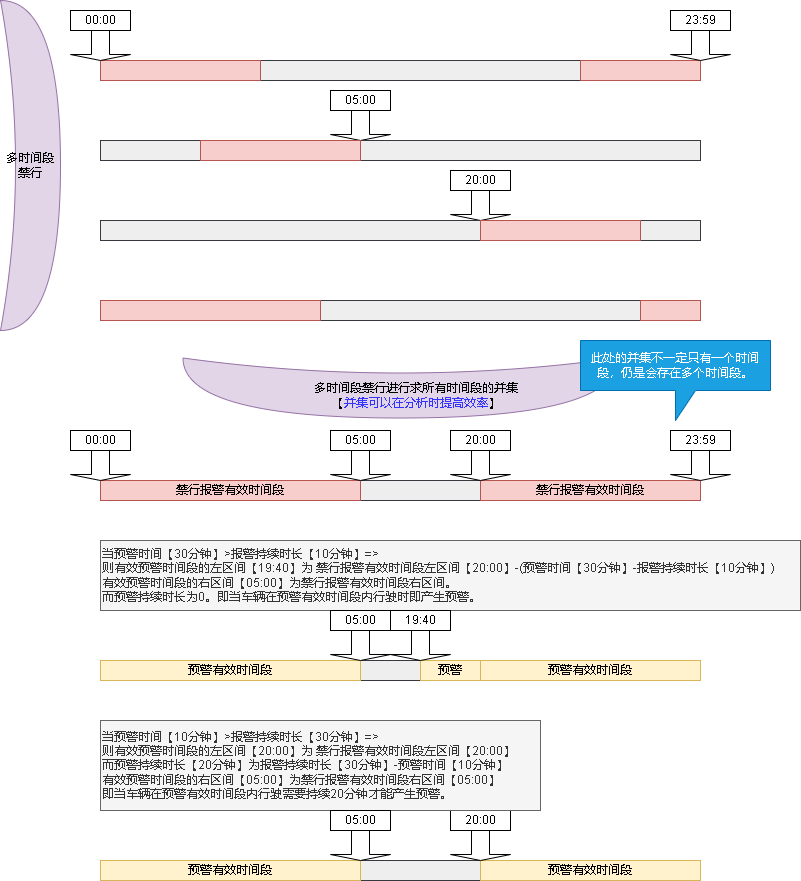
xktder/draw keeps this draw.io diagram as 禁行.drawio.png. Above is the earlier version. Source tidied: cells renumbered, new cells last; positions are measured from the earlier drawing's top-left corner, leaving out a move shared by most shapes.
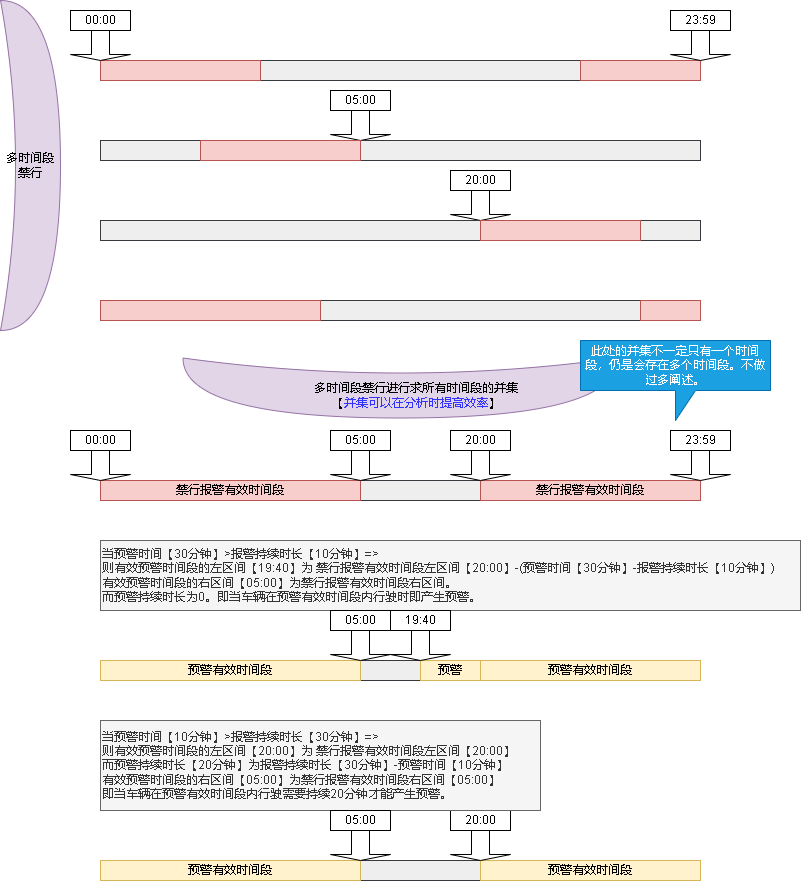
After the change.

Diff of the diagram source:
```diff
@@ -149,7 +149,7 @@
     <mxCell id="50" value="05:00" style="rounded=0;whiteSpace=wrap;html=1;" parent="1" vertex="1">
       <mxGeometry x="330" y="610" width="60" height="20" as="geometry" />
     </mxCell>
-    <mxCell id="51" value="此处的并集不一定只有一个时间段，仍是会存在多个时间段。" style="shape=callout;whiteSpace=wrap;html=1;perimeter=calloutPerimeter;fillColor=#1ba1e2;fontColor=#ffffff;strokeColor=#006EAF;" parent="1" vertex="1">
+    <mxCell id="51" value="此处的并集不一定只有一个时间段，仍是会存在多个时间段。不做过多阐述。" style="shape=callout;whiteSpace=wrap;html=1;perimeter=calloutPerimeter;fillColor=#1ba1e2;fontColor=#ffffff;strokeColor=#006EAF;" parent="1" vertex="1">
       <mxGeometry x="580" y="340" width="190" height="80" as="geometry" />
     </mxCell>
   </root>
```
